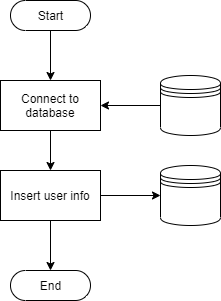
Above: scoring/documentation/Upload_Profile_Logic.png in kparlak/dart-scoring-system (draw.io), before the change. Source tidied: cells renumbered, new cells last; positions are measured from the earlier drawing's top-left corner, leaving out a move shared by most shapes. Source of this version:
```xml
<mxGraphModel>
  <root>
    <mxCell id="0" />
    <mxCell id="1" parent="0" />
    <mxCell id="2" style="edgeStyle=orthogonalEdgeStyle;rounded=1;jettySize=auto;html=1;exitX=0.5;exitY=0.5;exitDx=0;exitDy=15;exitPerimeter=0;entryX=0.5;entryY=0;entryDx=0;entryDy=0;strokeColor=#000000;" parent="1" edge="1" source="3" target="6">
      <mxGeometry relative="1" as="geometry" />
    </mxCell>
    <mxCell id="3" value="Start" style="html=1;dashed=0;whitespace=wrap;shape=mxgraph.dfd.start;" parent="1" vertex="1">
      <mxGeometry x="10" width="80" height="30" as="geometry" />
    </mxCell>
    <mxCell id="4" value="End" style="html=1;dashed=0;whitespace=wrap;shape=mxgraph.dfd.start;" parent="1" vertex="1">
      <mxGeometry x="10" y="270" width="80" height="30" as="geometry" />
    </mxCell>
    <mxCell id="5" style="edgeStyle=orthogonalEdgeStyle;rounded=1;jettySize=auto;html=1;exitX=0.5;exitY=1;exitDx=0;exitDy=0;entryX=0.5;entryY=0;entryDx=0;entryDy=0;" parent="1" edge="1" source="6" target="11">
      <mxGeometry relative="1" as="geometry" />
    </mxCell>
    <mxCell id="6" value="Connect to database" style="html=1;dashed=0;whitespace=wrap;whiteSpace=wrap;" parent="1" vertex="1">
      <mxGeometry y="80" width="100" height="50" as="geometry" />
    </mxCell>
    <mxCell id="7" style="edgeStyle=orthogonalEdgeStyle;rounded=1;jettySize=auto;html=1;exitX=0;exitY=0.5;exitDx=0;exitDy=0;entryX=1;entryY=0.5;entryDx=0;entryDy=0;" parent="1" edge="1" source="8" target="6">
      <mxGeometry relative="1" as="geometry" />
    </mxCell>
    <mxCell id="8" style="shape=datastore;whiteSpace=wrap;html=1;" parent="1" vertex="1">
      <mxGeometry x="160" y="75" width="60" height="60" as="geometry" />
    </mxCell>
    <mxCell id="9" style="edgeStyle=orthogonalEdgeStyle;rounded=1;jettySize=auto;html=1;exitX=1;exitY=0.5;exitDx=0;exitDy=0;entryX=0;entryY=0.5;entryDx=0;entryDy=0;" parent="1" edge="1" source="11" target="12">
      <mxGeometry relative="1" as="geometry" />
    </mxCell>
    <mxCell id="10" style="edgeStyle=orthogonalEdgeStyle;rounded=1;jettySize=auto;html=1;exitX=0.5;exitY=1;exitDx=0;exitDy=0;entryX=0.5;entryY=0.5;entryDx=0;entryDy=-15;entryPerimeter=0;" parent="1" edge="1" source="11" target="4">
      <mxGeometry relative="1" as="geometry" />
    </mxCell>
    <mxCell id="11" value="Insert user info" style="html=1;dashed=0;whitespace=wrap;whiteSpace=wrap;" parent="1" vertex="1">
      <mxGeometry y="170" width="100" height="50" as="geometry" />
    </mxCell>
    <mxCell id="12" style="shape=datastore;whiteSpace=wrap;html=1;" parent="1" vertex="1">
      <mxGeometry x="160" y="165" width="60" height="60" as="geometry" />
    </mxCell>
  </root>
</mxGraphModel>
```
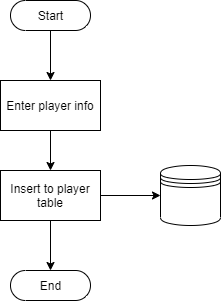
After the change.

What changed in the source:
```diff
@@ -2,7 +2,7 @@
   <root>
     <mxCell id="0" />
     <mxCell id="1" parent="0" />
-    <mxCell id="2" style="edgeStyle=orthogonalEdgeStyle;rounded=1;jettySize=auto;html=1;exitX=0.5;exitY=0.5;exitDx=0;exitDy=15;exitPerimeter=0;entryX=0.5;entryY=0;entryDx=0;entryDy=0;strokeColor=#000000;" parent="1" edge="1" source="3" target="6">
+    <mxCell id="2" style="edgeStyle=orthogonalEdgeStyle;rounded=1;jettySize=auto;html=1;exitX=0.5;exitY=1;exitDx=0;exitDy=0;entryX=0.5;entryY=0;entryDx=0;entryDy=0;strokeColor=#000000;" parent="1" edge="1" source="14" target="6">
       <mxGeometry relative="1" as="geometry" />
     </mxCell>
     <mxCell id="3" value="Start" style="html=1;dashed=0;whitespace=wrap;shape=mxgraph.dfd.start;" parent="1" vertex="1">
@@ -11,29 +11,23 @@
     <mxCell id="4" value="End" style="html=1;dashed=0;whitespace=wrap;shape=mxgraph.dfd.start;" parent="1" vertex="1">
       <mxGeometry x="10" y="270" width="80" height="30" as="geometry" />
     </mxCell>
-    <mxCell id="5" style="edgeStyle=orthogonalEdgeStyle;rounded=1;jettySize=auto;html=1;exitX=0.5;exitY=1;exitDx=0;exitDy=0;entryX=0.5;entryY=0;entryDx=0;entryDy=0;" parent="1" edge="1" source="6" target="11">
+    <mxCell id="5" style="edgeStyle=orthogonalEdgeStyle;rounded=1;jettySize=auto;html=1;exitX=0.5;exitY=1;exitDx=0;exitDy=0;entryX=0.5;entryY=0.5;entryDx=0;entryDy=-15;entryPerimeter=0;" parent="1" edge="1" source="6" target="4">
       <mxGeometry relative="1" as="geometry" />
     </mxCell>
+    <mxCell id="13" style="edgeStyle=orthogonalEdgeStyle;rounded=1;jettySize=auto;html=1;exitX=1;exitY=0.5;exitDx=0;exitDy=0;entryX=0;entryY=0.5;entryDx=0;entryDy=0;" parent="1" edge="1" source="6" target="8">
+      <mxGeometry relative="1" as="geometry" />
+    </mxCell>
-    <mxCell id="6" value="Connect to database" style="html=1;dashed=0;whitespace=wrap;whiteSpace=wrap;" parent="1" vertex="1">
-      <mxGeometry y="80" width="100" height="50" as="geometry" />
+    <mxCell id="6" value="Insert to player table" style="html=1;dashed=0;whitespace=wrap;whiteSpace=wrap;" parent="1" vertex="1">
+      <mxGeometry y="170" width="100" height="50" as="geometry" />
     </mxCell>
-    <mxCell id="7" style="edgeStyle=orthogonalEdgeStyle;rounded=1;jettySize=auto;html=1;exitX=0;exitY=0.5;exitDx=0;exitDy=0;entryX=1;entryY=0.5;entryDx=0;entryDy=0;" parent="1" edge="1" source="8" target="6">
-      <mxGeometry relative="1" as="geometry" />
-    </mxCell>
     <mxCell id="8" style="shape=datastore;whiteSpace=wrap;html=1;" parent="1" vertex="1">
-      <mxGeometry x="160" y="75" width="60" height="60" as="geometry" />
+      <mxGeometry x="160" y="165" width="60" height="60" as="geometry" />
     </mxCell>
-    <mxCell id="9" style="edgeStyle=orthogonalEdgeStyle;rounded=1;jettySize=auto;html=1;exitX=1;exitY=0.5;exitDx=0;exitDy=0;entryX=0;entryY=0.5;entryDx=0;entryDy=0;" parent="1" edge="1" source="11" target="12">
-      <mxGeometry relative="1" as="geometry" />
-    </mxCell>
-    <mxCell id="10" style="edgeStyle=orthogonalEdgeStyle;rounded=1;jettySize=auto;html=1;exitX=0.5;exitY=1;exitDx=0;exitDy=0;entryX=0.5;entryY=0.5;entryDx=0;entryDy=-15;entryPerimeter=0;" parent="1" edge="1" source="11" target="4">
-      <mxGeometry relative="1" as="geometry" />
-    </mxCell>
-    <mxCell id="11" value="Insert user info" style="html=1;dashed=0;whitespace=wrap;whiteSpace=wrap;" parent="1" vertex="1">
-      <mxGeometry y="170" width="100" height="50" as="geometry" />
-    </mxCell>
-    <mxCell id="12" style="shape=datastore;whiteSpace=wrap;html=1;" parent="1" vertex="1">
-      <mxGeometry x="160" y="165" width="60" height="60" as="geometry" />
-    </mxCell>
+    <mxCell id="14" value="Enter player info" style="html=1;dashed=0;whitespace=wrap;whiteSpace=wrap;" parent="1" vertex="1">
+      <mxGeometry y="80" width="100" height="50" as="geometry" />
+    </mxCell>
+    <mxCell id="15" style="edgeStyle=orthogonalEdgeStyle;rounded=1;jettySize=auto;html=1;exitX=0.5;exitY=0.5;exitDx=0;exitDy=15;exitPerimeter=0;entryX=0.5;entryY=0;entryDx=0;entryDy=0;strokeColor=#000000;" parent="1" edge="1" source="3" target="14">
+      <mxGeometry relative="1" as="geometry" />
+    </mxCell>
   </root>
 </mxGraphModel>
```
